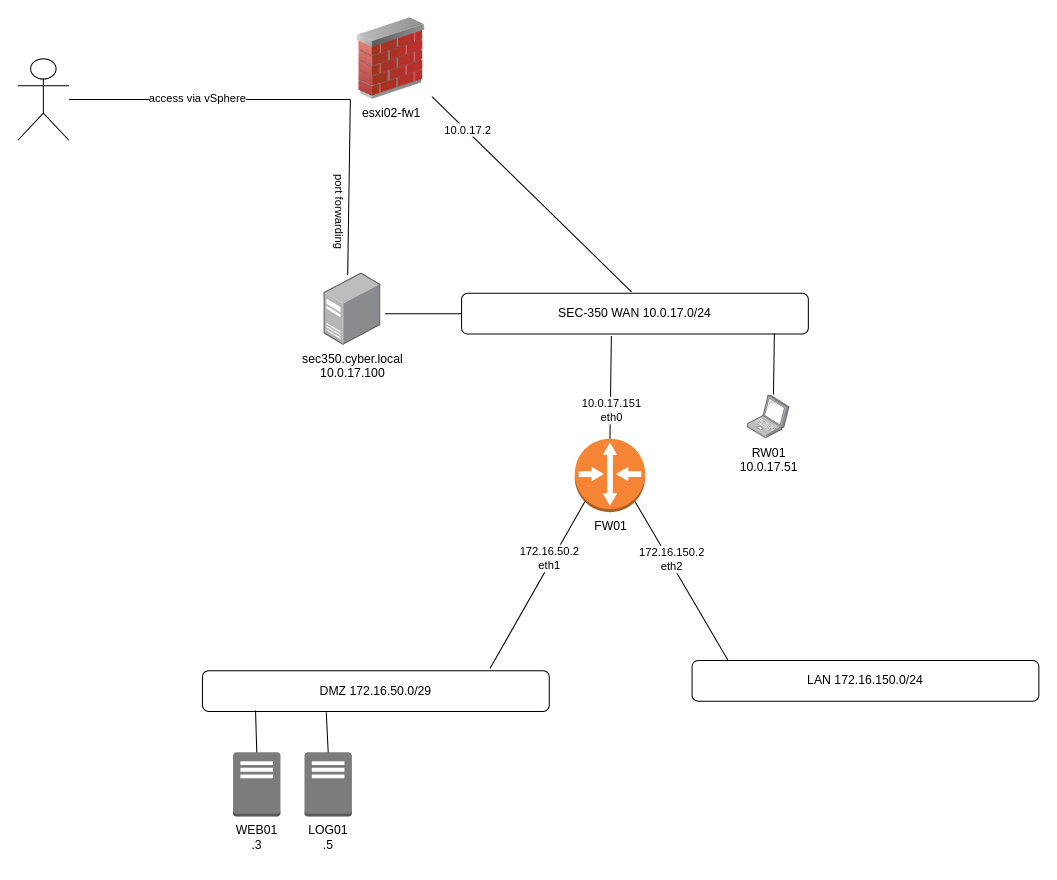
Earlier version of the draw.io diagram net-sec-controls-sec350/SEC350_network-diagram.drawio (charlottecroce/ChamplainTechJournals). Source tidied: cells renumbered, new cells numbered last; positions are measured from the earlier drawing's top-left corner, leaving out a move shared by most shapes. Both pictures are drawn from the tidied source at 102%, with x=0, y=0 at pixel (17, 17).
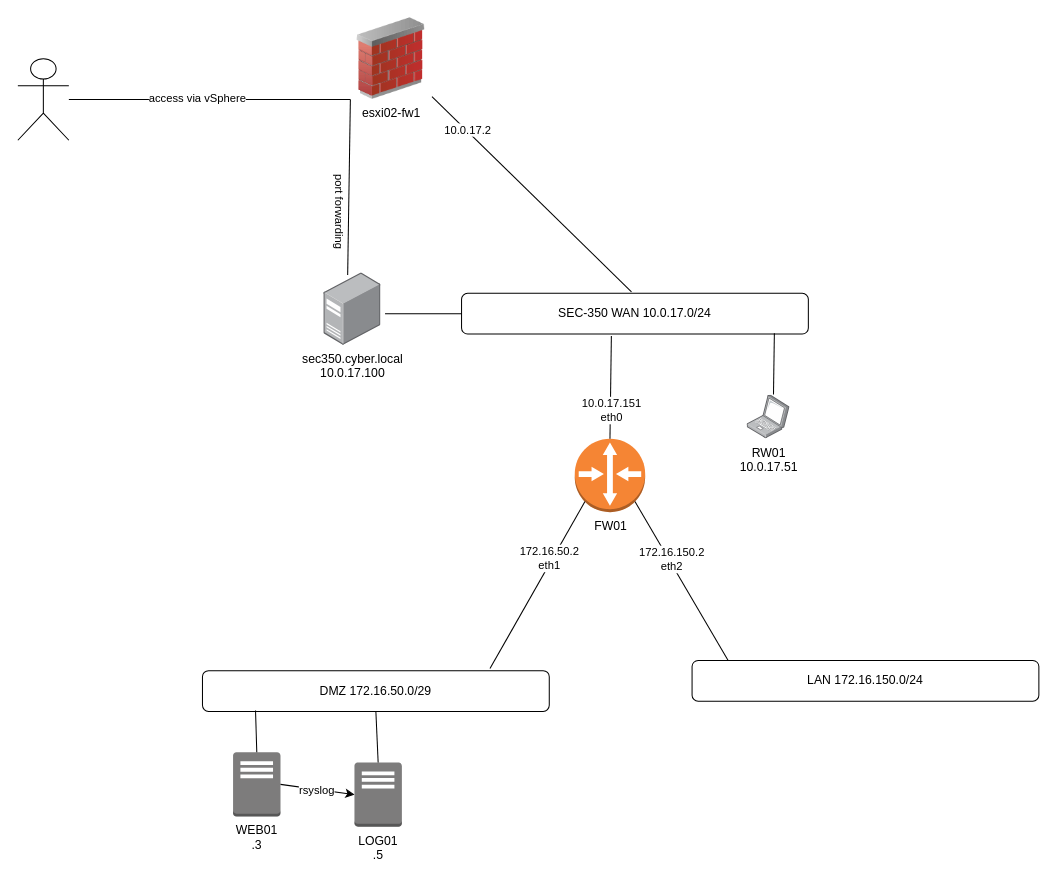
The same diagram, later.

The change refers to these unchanged cells:
```xml
<mxCell id="4" value="DMZ 172.16.50.0/29" style="rounded=1;whiteSpace=wrap;html=1;align=center;" parent="1" vertex="1">
  <mxGeometry x="181" y="640" width="340" height="40" as="geometry" />
</mxCell>
<mxCell id="10" value="WEB01&lt;div&gt;.3&lt;/div&gt;" style="outlineConnect=0;dashed=0;verticalLabelPosition=bottom;verticalAlign=top;align=center;html=1;shape=mxgraph.aws3.traditional_server;fillColor=#7D7C7C;gradientColor=none;" parent="1" vertex="1">
  <mxGeometry x="211" y="720" width="46.5" height="63" as="geometry" />
</mxCell>
```

The edit, as a diff of the source:
```diff
@@
     <mxCell id="11" value="LOG01&lt;div&gt;.5&lt;/div&gt;" style="outlineConnect=0;dashed=0;verticalLabelPosition=bottom;verticalAlign=top;align=center;html=1;shape=mxgraph.aws3.traditional_server;fillColor=#7D7C7C;gradientColor=none;" parent="1" vertex="1">
-      <mxGeometry x="281" y="720" width="46.5" height="63" as="geometry" />
+      <mxGeometry x="330" y="730" width="46.5" height="63" as="geometry" />
     </mxCell>
-    <mxCell id="12" style="endArrow=none;html=1;rounded=0;entryX=0.5;entryY=0;entryDx=0;entryDy=0;entryPerimeter=0;exitX=0.357;exitY=1.022;exitDx=0;exitDy=0;exitPerimeter=0;" parent="1" edge="1" source="4" target="11">
+    <mxCell id="12" style="endArrow=none;html=1;rounded=0;entryX=0.5;entryY=0;entryDx=0;entryDy=0;entryPerimeter=0;exitX=0.5;exitY=1;exitDx=0;exitDy=0;" parent="1" edge="1" source="4" target="11">
       <mxGeometry relative="1" as="geometry" />
     </mxCell>
@@
+    <mxCell id="28" style="endArrow=classic;html=1;rounded=0;exitX=1;exitY=0.5;exitDx=0;exitDy=0;exitPerimeter=0;entryX=0;entryY=0.5;entryDx=0;entryDy=0;entryPerimeter=0;" parent="1" edge="1" source="10" target="11">
+      <mxGeometry relative="1" as="geometry" />
+    </mxCell>
+    <mxCell id="29" value="rsyslog" style="edgeLabel;html=1;align=center;verticalAlign=middle;" parent="28" vertex="1">
+      <mxGeometry x="-0.04" relative="1" as="geometry" />
+    </mxCell>
```
